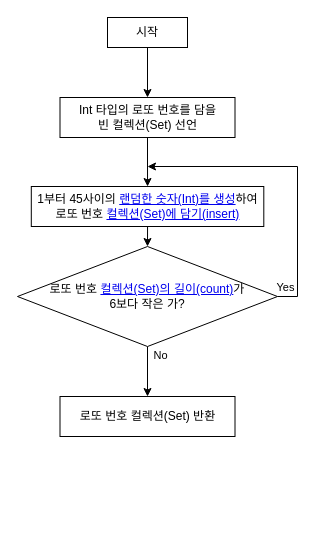
The draw.io diagram CodeStarterCamp_Week2/step1.drawio in Reimos7/swift-starter-Round2, before the edit. Source tidied: cells renumbered, new cells numbered last; positions are measured from the earlier drawing's top-left corner, leaving out a move shared by most shapes. Both pictures are drawn from the tidied source at 100%, with x=0, y=0 at pixel (17, 17).
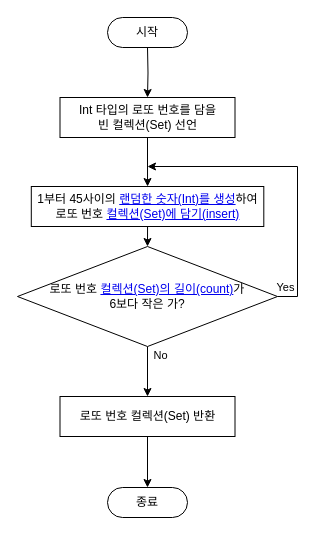
The same page after the edit.

Commit message:
fix: 순서도에서 시작/종료 도형 수정

Diff of the diagram source:
```diff
@@
 <mxGraphModel>
   <root>
     <mxCell id="0" />
     <mxCell id="1" parent="0" />
-    <mxCell id="2" style="edgeStyle=orthogonalEdgeStyle;rounded=0;jettySize=auto;html=1;" parent="1" edge="1" source="3" target="12">
-      <mxGeometry relative="1" as="geometry" />
+    <mxCell id="2" style="edgeStyle=orthogonalEdgeStyle;rounded=0;jettySize=auto;html=1;" parent="1" edge="1" target="12">
+      <mxGeometry relative="1" as="geometry">
+        <mxPoint x="130" y="30" as="sourcePoint" />
+      </mxGeometry>
     </mxCell>
-    <mxCell id="3" value="시작" style="rounded=0;whiteSpace=wrap;html=1;" parent="1" vertex="1">
-      <mxGeometry x="90" width="80" height="30" as="geometry" />
-    </mxCell>
     <mxCell id="4" style="edgeStyle=orthogonalEdgeStyle;rounded=0;jettySize=auto;html=1;exitX=1;exitY=0.5;exitDx=0;exitDy=0;" parent="1" edge="1" source="8">
       <mxGeometry relative="1" as="geometry">
         <mxPoint x="130" y="149" as="targetPoint" />
         <Array as="points">
           <mxPoint x="280" y="279" />
           <mxPoint x="280" y="149" />
         </Array>
       </mxGeometry>
     </mxCell>
     <mxCell id="5" value="Yes" style="edgeLabel;html=1;align=center;verticalAlign=middle;" parent="4" vertex="1">
       <mxGeometry x="-0.6" relative="1" as="geometry">
         <mxPoint x="-13" y="30" as="offset" />
       </mxGeometry>
     </mxCell>
     <mxCell id="6" style="edgeStyle=orthogonalEdgeStyle;rounded=0;jettySize=auto;html=1;exitX=0.5;exitY=1;exitDx=0;exitDy=0;entryX=0.5;entryY=0;entryDx=0;entryDy=0;" parent="1" edge="1" source="8" target="13">
       <mxGeometry relative="1" as="geometry" />
     </mxCell>
     <mxCell id="7" value="No" style="edgeLabel;html=1;align=center;verticalAlign=middle;" parent="6" vertex="1">
       <mxGeometry x="-0.39" relative="1" as="geometry">
         <mxPoint x="12" y="-7" as="offset" />
       </mxGeometry>
     </mxCell>
     <mxCell id="8" value="로또 번호 &lt;a href=&quot;https://developer.apple.com/documentation/swift/set/count&quot;&gt;컬렉션(Set)의 길이(count)&lt;/a&gt;가&lt;br&gt;6보다 작은 가?" style="rhombus;whiteSpace=wrap;html=1;rounded=0;" parent="1" vertex="1">
       <mxGeometry y="229" width="260" height="100" as="geometry" />
     </mxCell>
     <mxCell id="9" style="edgeStyle=orthogonalEdgeStyle;rounded=0;jettySize=auto;html=1;exitX=0.5;exitY=1;exitDx=0;exitDy=0;entryX=0.5;entryY=0;entryDx=0;entryDy=0;" parent="1" edge="1" source="10" target="8">
       <mxGeometry relative="1" as="geometry" />
     </mxCell>
     <mxCell id="10" value="1부터 45사이의 &lt;a href=&quot;https://developer.apple.com/documentation/swift/int/random(in:)-9mjpw&quot;&gt;랜덤한 숫자(Int)를 생성&lt;/a&gt;하여&lt;br&gt;로또 번호 &lt;a href=&quot;https://developer.apple.com/documentation/swift/set/insert(_:)-nads&quot;&gt;컬렉션(Set)에 담기(insert)&lt;/a&gt;" style="rounded=0;whiteSpace=wrap;html=1;" parent="1" vertex="1">
       <mxGeometry x="13.8" y="169" width="232.5" height="40" as="geometry" />
     </mxCell>
     <mxCell id="11" style="edgeStyle=orthogonalEdgeStyle;rounded=0;jettySize=auto;html=1;exitX=0.5;exitY=1;exitDx=0;exitDy=0;entryX=0.5;entryY=0;entryDx=0;entryDy=0;" parent="1" edge="1" source="12" target="10">
       <mxGeometry relative="1" as="geometry" />
     </mxCell>
     <mxCell id="12" value="Int 타입의 로또 번호를 담을&lt;br&gt;빈 컬렉션(Set) 선언" style="rounded=0;whiteSpace=wrap;html=1;" parent="1" vertex="1">
       <mxGeometry x="42.5" y="80" width="175" height="40" as="geometry" />
     </mxCell>
+    <mxCell id="14" style="edgeStyle=orthogonalEdgeStyle;rounded=0;jettySize=auto;html=1;exitX=0.5;exitY=1;exitDx=0;exitDy=0;entryX=0.5;entryY=0;entryDx=0;entryDy=0;" parent="1" edge="1" source="13" target="15">
+      <mxGeometry relative="1" as="geometry" />
+    </mxCell>
     <mxCell id="13" value="로또 번호 컬렉션(Set) 반환" style="rounded=0;whiteSpace=wrap;html=1;" parent="1" vertex="1">
       <mxGeometry x="42.5" y="379" width="175" height="40" as="geometry" />
     </mxCell>
+    <mxCell id="3" value="시작" style="rounded=1;whiteSpace=wrap;html=1;arcSize=50;" parent="1" vertex="1">
+      <mxGeometry x="90" width="80" height="30" as="geometry" />
+    </mxCell>
+    <mxCell id="15" value="종료" style="rounded=1;whiteSpace=wrap;html=1;arcSize=50;" parent="1" vertex="1">
+      <mxGeometry x="90" y="470" width="80" height="30" as="geometry" />
+    </mxCell>
   </root>
 </mxGraphModel>
```
